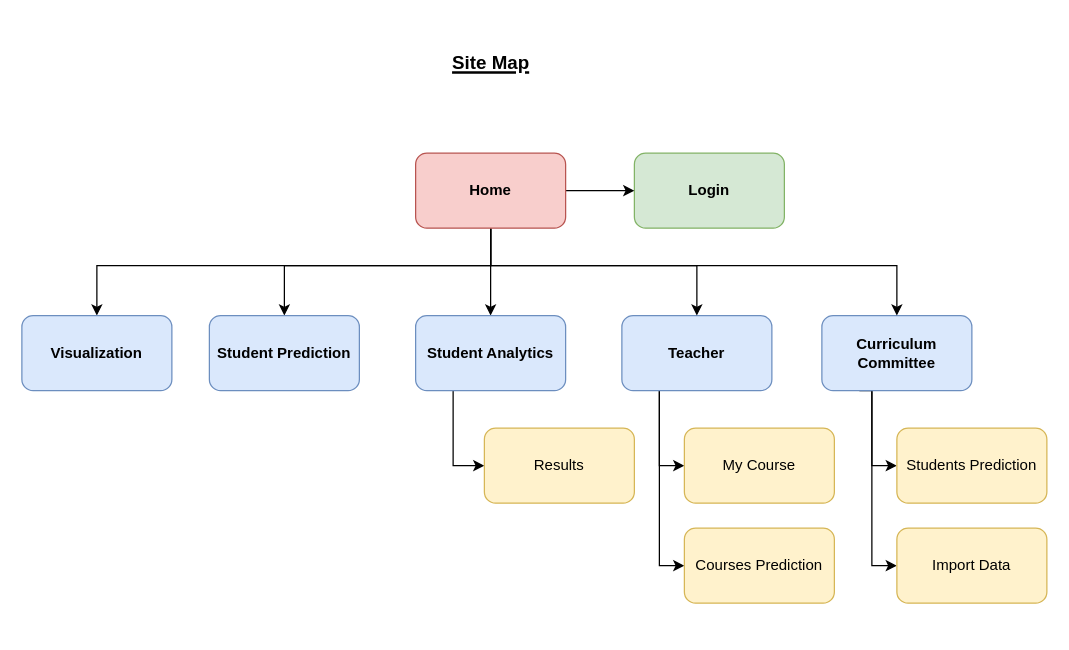
Earlier version of the draw.io diagram UI Design/SiteMap/SiteMapV2.drawio (nontapanr/CEPP64-08). Source tidied: cells renumbered, new cells numbered last; positions are measured from the earlier drawing's top-left corner, leaving out a move shared by most shapes. Both pictures are drawn from the tidied source at 125%, with x=0, y=0 at pixel (21, 28).
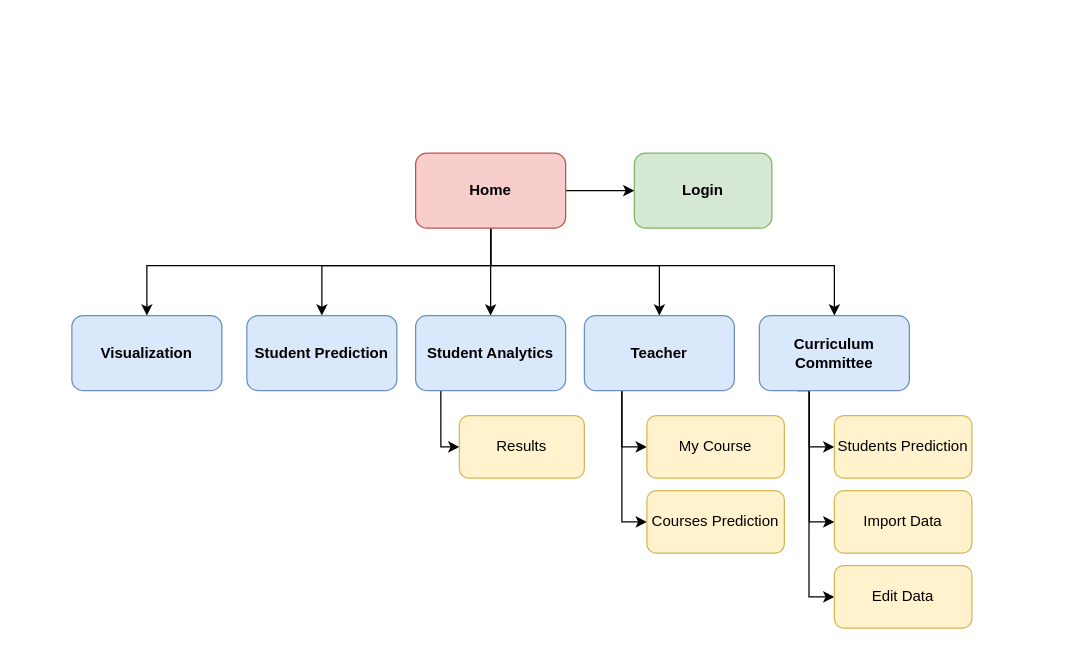
Above is the later version.

Unchanged cells that the change refers to:
```xml
<mxCell id="16" value="&lt;b&gt;&lt;font style=&quot;font-size: 12px&quot;&gt;Home&lt;/font&gt;&lt;/b&gt;" style="rounded=1;whiteSpace=wrap;html=1;fillColor=#f8cecc;strokeColor=#b85450;" parent="1" vertex="1">
  <mxGeometry x="315" y="100" width="120" height="60" as="geometry" />
</mxCell>
<mxCell id="23" value="&lt;b&gt;Student Analytics&lt;/b&gt;" style="rounded=1;whiteSpace=wrap;html=1;fillColor=#dae8fc;strokeColor=#6c8ebf;" parent="1" vertex="1">
  <mxGeometry x="315" y="230" width="120" height="60" as="geometry" />
</mxCell>
```

What changed in the source:
```diff
@@
     <mxCell id="2" value="&lt;b&gt;Login&lt;/b&gt;" style="rounded=1;whiteSpace=wrap;html=1;fillColor=#d5e8d4;strokeColor=#82b366;" parent="1" vertex="1">
-      <mxGeometry x="490" y="100" width="120" height="60" as="geometry" />
+      <mxGeometry x="490" y="100" width="110" height="60" as="geometry" />
     </mxCell>
-    <mxCell id="3" value="&lt;h1&gt;&lt;font style=&quot;font-size: 15px&quot;&gt;Site Map&lt;/font&gt;&lt;/h1&gt;" style="text;html=1;align=center;verticalAlign=middle;strokeColor=none;fillColor=none;fontStyle=4;" parent="1" vertex="1">
-      <mxGeometry x="335" width="80" height="50" as="geometry" />
-    </mxCell>
     <mxCell id="4" style="edgeStyle=orthogonalEdgeStyle;rounded=0;jettySize=auto;html=1;exitX=0.25;exitY=1;exitDx=0;exitDy=0;fontSize=12;entryX=0;entryY=0.5;entryDx=0;entryDy=0;" parent="1" edge="1" source="6" target="17">
       <mxGeometry relative="1" as="geometry">
         <Array as="points">
-          <mxPoint x="510" y="350" />
+          <mxPoint x="480" y="335" />
         </Array>
       </mxGeometry>
     </mxCell>
@@
     <mxCell id="6" value="&lt;b&gt;Teacher&lt;/b&gt;" style="rounded=1;whiteSpace=wrap;html=1;fillColor=#dae8fc;strokeColor=#6c8ebf;" parent="1" vertex="1">
-      <mxGeometry x="480" y="230" width="120" height="60" as="geometry" />
+      <mxGeometry x="450" y="230" width="120" height="60" as="geometry" />
     </mxCell>
     <mxCell id="7" style="edgeStyle=orthogonalEdgeStyle;rounded=0;jettySize=auto;html=1;exitX=0.25;exitY=1;exitDx=0;exitDy=0;entryX=0;entryY=0.5;entryDx=0;entryDy=0;fontSize=12;" parent="1" edge="1" source="9" target="18">
       <mxGeometry relative="1" as="geometry">
         <Array as="points">
-          <mxPoint x="680" y="350" />
+          <mxPoint x="630" y="290" />
+          <mxPoint x="630" y="335" />
         </Array>
       </mxGeometry>
     </mxCell>
-    <mxCell id="8" style="edgeStyle=orthogonalEdgeStyle;rounded=0;jettySize=auto;html=1;entryX=0;entryY=0.5;entryDx=0;entryDy=0;fontSize=12;" parent="1" edge="1" source="9" target="19">
+    <mxCell id="8" style="edgeStyle=orthogonalEdgeStyle;rounded=0;jettySize=auto;html=1;entryX=0;entryY=0.5;entryDx=0;entryDy=0;fontSize=12;exitX=0.333;exitY=0.994;exitDx=0;exitDy=0;exitPerimeter=0;" parent="1" edge="1" source="9" target="19">
       <mxGeometry relative="1" as="geometry">
         <Array as="points">
-          <mxPoint x="680" y="430" />
+          <mxPoint x="630" y="395" />
         </Array>
       </mxGeometry>
     </mxCell>
     <mxCell id="9" value="&lt;b&gt;Curriculum Committee&lt;/b&gt;" style="rounded=1;whiteSpace=wrap;html=1;fillColor=#dae8fc;strokeColor=#6c8ebf;" parent="1" vertex="1">
-      <mxGeometry x="640" y="230" width="120" height="60" as="geometry" />
+      <mxGeometry x="590" y="230" width="120" height="60" as="geometry" />
     </mxCell>
@@
     <mxCell id="11" style="edgeStyle=orthogonalEdgeStyle;rounded=0;jettySize=auto;html=1;exitX=0.5;exitY=1;exitDx=0;exitDy=0;entryX=0.5;entryY=0;entryDx=0;entryDy=0;fontSize=15;" parent="1" edge="1" source="16" target="6">
       <mxGeometry relative="1" as="geometry">
         <Array as="points">
           <mxPoint x="375" y="190" />
-          <mxPoint x="540" y="190" />
+          <mxPoint x="510" y="190" />
         </Array>
       </mxGeometry>
     </mxCell>
     <mxCell id="12" style="edgeStyle=orthogonalEdgeStyle;rounded=0;jettySize=auto;html=1;exitX=0.5;exitY=1;exitDx=0;exitDy=0;entryX=0.5;entryY=0;entryDx=0;entryDy=0;fontSize=15;" parent="1" edge="1" source="16" target="9">
       <mxGeometry relative="1" as="geometry">
         <Array as="points">
           <mxPoint x="375" y="190" />
-          <mxPoint x="700" y="190" />
+          <mxPoint x="650" y="190" />
         </Array>
       </mxGeometry>
     </mxCell>
     <mxCell id="13" style="edgeStyle=orthogonalEdgeStyle;rounded=0;jettySize=auto;html=1;exitX=0.5;exitY=1;exitDx=0;exitDy=0;entryX=0.5;entryY=0;entryDx=0;entryDy=0;" parent="1" edge="1" source="16" target="20">
       <mxGeometry relative="1" as="geometry">
         <Array as="points">
           <mxPoint x="375" y="190" />
-          <mxPoint x="60" y="190" />
+          <mxPoint x="100" y="190" />
         </Array>
       </mxGeometry>
     </mxCell>
@@
     <mxCell id="15" style="edgeStyle=orthogonalEdgeStyle;rounded=0;jettySize=auto;html=1;exitX=0.5;exitY=1;exitDx=0;exitDy=0;entryX=0.5;entryY=0;entryDx=0;entryDy=0;" parent="1" edge="1" source="16" target="21">
       <mxGeometry relative="1" as="geometry">
         <Array as="points">
           <mxPoint x="375" y="190" />
-          <mxPoint x="210" y="190" />
+          <mxPoint x="240" y="190" />
         </Array>
       </mxGeometry>
     </mxCell>
@@
     <mxCell id="17" value="My Course" style="rounded=1;whiteSpace=wrap;html=1;fillColor=#fff2cc;strokeColor=#d6b656;" parent="1" vertex="1">
-      <mxGeometry x="530" y="320" width="120" height="60" as="geometry" />
+      <mxGeometry x="500" y="310" width="110" height="50" as="geometry" />
     </mxCell>
     <mxCell id="18" value="&lt;span&gt;&lt;/span&gt;&lt;span&gt;&lt;/span&gt;&lt;span&gt;Students Prediction &lt;/span&gt;" style="rounded=1;whiteSpace=wrap;html=1;fillColor=#fff2cc;strokeColor=#d6b656;" parent="1" vertex="1">
-      <mxGeometry x="700" y="320" width="120" height="60" as="geometry" />
+      <mxGeometry x="650" y="310" width="110" height="50" as="geometry" />
     </mxCell>
     <mxCell id="19" value="&lt;span&gt;&lt;/span&gt;&lt;span&gt;&lt;/span&gt;&lt;span&gt;Import Data&lt;/span&gt;" style="rounded=1;whiteSpace=wrap;html=1;fillColor=#fff2cc;strokeColor=#d6b656;" parent="1" vertex="1">
-      <mxGeometry x="700" y="400" width="120" height="60" as="geometry" />
+      <mxGeometry x="650" y="370" width="110" height="50" as="geometry" />
     </mxCell>
     <mxCell id="20" value="&lt;b&gt;Visualization&lt;/b&gt;" style="rounded=1;whiteSpace=wrap;html=1;fillColor=#dae8fc;strokeColor=#6c8ebf;" parent="1" vertex="1">
-      <mxGeometry y="230" width="120" height="60" as="geometry" />
+      <mxGeometry x="40" y="230" width="120" height="60" as="geometry" />
     </mxCell>
     <mxCell id="21" value="&lt;b&gt;Student Prediction&lt;/b&gt;" style="rounded=1;whiteSpace=wrap;html=1;fillColor=#dae8fc;strokeColor=#6c8ebf;" parent="1" vertex="1">
-      <mxGeometry x="150" y="230" width="120" height="60" as="geometry" />
+      <mxGeometry x="180" y="230" width="120" height="60" as="geometry" />
     </mxCell>
-    <mxCell id="22" style="edgeStyle=orthogonalEdgeStyle;rounded=0;jettySize=auto;html=1;exitX=0.25;exitY=1;exitDx=0;exitDy=0;entryX=0;entryY=0.5;entryDx=0;entryDy=0;" parent="1" edge="1" source="23" target="24">
-      <mxGeometry relative="1" as="geometry" />
+    <mxCell id="22" style="edgeStyle=orthogonalEdgeStyle;rounded=0;jettySize=auto;html=1;exitX=0.168;exitY=0.992;exitDx=0;exitDy=0;entryX=0;entryY=0.5;entryDx=0;entryDy=0;exitPerimeter=0;" parent="1" edge="1" source="23" target="24">
+      <mxGeometry relative="1" as="geometry">
+        <Array as="points">
+          <mxPoint x="335" y="335" />
+        </Array>
+      </mxGeometry>
     </mxCell>
@@
     <mxCell id="24" value="Results" style="rounded=1;whiteSpace=wrap;html=1;fillColor=#fff2cc;strokeColor=#d6b656;" parent="1" vertex="1">
-      <mxGeometry x="370" y="320" width="120" height="60" as="geometry" />
+      <mxGeometry x="350" y="310" width="100" height="50" as="geometry" />
     </mxCell>
     <mxCell id="25" value="Courses Prediction" style="rounded=1;whiteSpace=wrap;html=1;fillColor=#fff2cc;strokeColor=#d6b656;" parent="1" vertex="1">
-      <mxGeometry x="530" y="400" width="120" height="60" as="geometry" />
+      <mxGeometry x="500" y="370" width="110" height="50" as="geometry" />
     </mxCell>
+    <mxCell id="26" style="edgeStyle=orthogonalEdgeStyle;rounded=0;jettySize=auto;html=1;exitX=0;exitY=0.5;exitDx=0;exitDy=0;endArrow=none;endFill=0;startArrow=classic;startFill=1;entryX=0.331;entryY=1.011;entryDx=0;entryDy=0;entryPerimeter=0;" parent="1" edge="1" source="27" target="9">
+      <mxGeometry relative="1" as="geometry" />
+    </mxCell>
+    <mxCell id="27" value="&lt;span&gt;&lt;/span&gt;&lt;span&gt;&lt;/span&gt;&lt;span&gt;Edit Data&lt;/span&gt;" style="rounded=1;whiteSpace=wrap;html=1;fillColor=#fff2cc;strokeColor=#d6b656;" parent="1" vertex="1">
+      <mxGeometry x="650" y="430" width="110" height="50" as="geometry" />
+    </mxCell>
```
